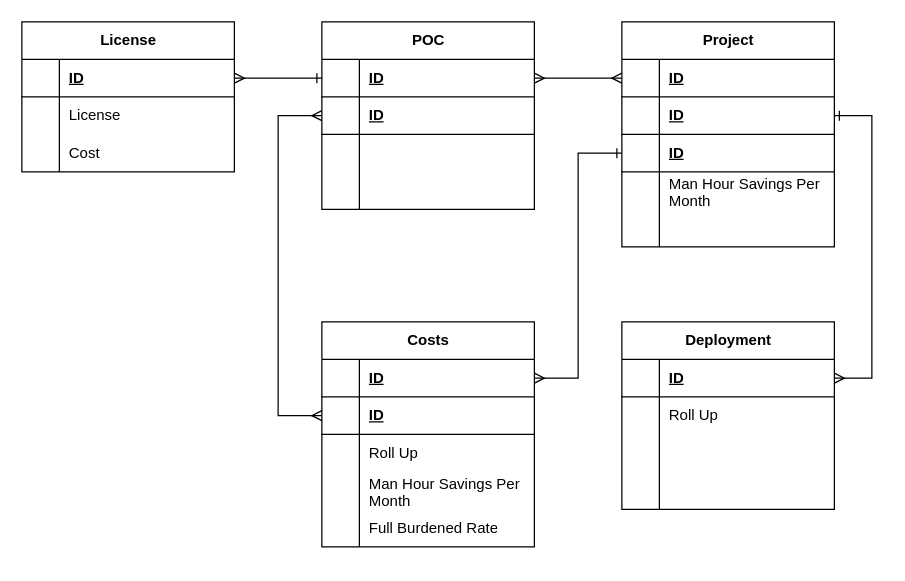
The draw.io diagram page "Option-3" (4 of 4) of erd-projint-01.drawio in josjreyes/GitInit, before the edit. Source tidied: cells renumbered, new cells numbered last; positions are measured from the earlier drawing's top-left corner, leaving out a move shared by most shapes. Both pictures are drawn from the tidied source at 125%, with x=0, y=0 at pixel (21, 21).
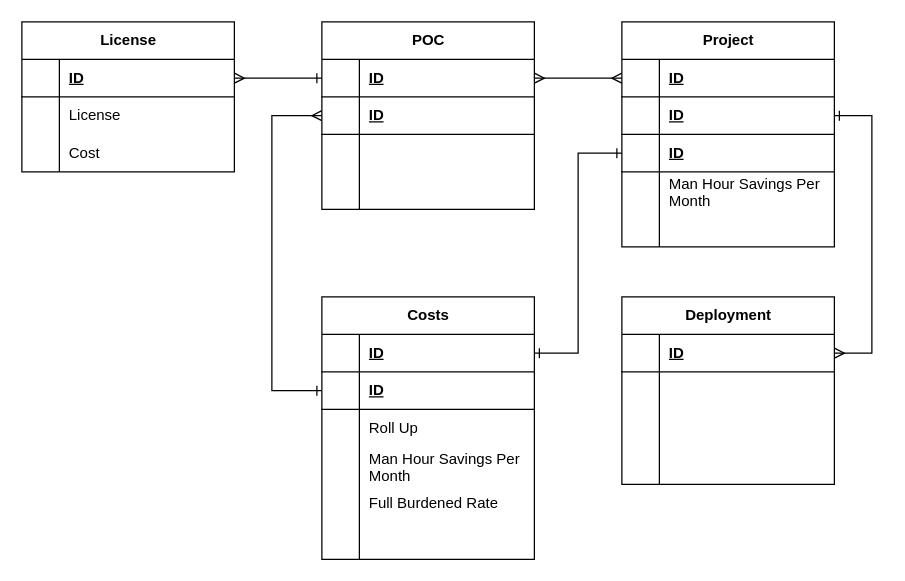
After the change.

The change refers to these unchanged cells:
```xml
<mxCell id="9" style="shape=tableRow;horizontal=0;startSize=0;swimlaneHead=0;swimlaneBody=0;fillColor=none;points=[[0,0.5],[1,0.5]];portConstraint=eastwest;top=0;left=0;right=0;bottom=1;" parent="2" vertex="1">
  <mxGeometry y="90" width="170" height="30" as="geometry" />
</mxCell>
<mxCell id="31" style="shape=tableRow;horizontal=0;startSize=0;swimlaneHead=0;swimlaneBody=0;fillColor=none;points=[[0,0.5],[1,0.5]];portConstraint=eastwest;top=0;left=0;right=0;bottom=1;" parent="30" vertex="1">
  <mxGeometry y="30" width="170" height="30" as="geometry" />
</mxCell>
<mxCell id="34" style="shape=tableRow;horizontal=0;startSize=0;swimlaneHead=0;swimlaneBody=0;fillColor=none;points=[[0,0.5],[1,0.5]];portConstraint=eastwest;top=0;left=0;right=0;bottom=1;" parent="30" vertex="1">
  <mxGeometry y="60" width="170" height="30" as="geometry" />
</mxCell>
<mxCell id="50" style="shape=tableRow;horizontal=0;startSize=0;swimlaneHead=0;swimlaneBody=0;fillColor=none;points=[[0,0.5],[1,0.5]];portConstraint=eastwest;top=0;left=0;right=0;bottom=1;" parent="46" vertex="1">
  <mxGeometry y="60" width="170" height="30" as="geometry" />
</mxCell>
<mxCell id="64" style="shape=tableRow;horizontal=0;startSize=0;swimlaneHead=0;swimlaneBody=0;fillColor=none;top=0;left=0;right=0;bottom=0;" parent="60" vertex="1">
  <mxGeometry y="60" width="170" height="30" as="geometry" />
</mxCell>
```

Diff of the diagram source:
```diff
@@
     <mxCell id="30" value="Costs" style="shape=table;startSize=30;childLayout=tableLayout;rowLines=0;fontStyle=1;align=center;html=1;" parent="1" vertex="1">
-      <mxGeometry x="240" y="240" width="170" height="180" as="geometry" />
+      <mxGeometry x="240" y="220" width="170" height="210" as="geometry" />
     </mxCell>
@@
+    <mxCell id="75" style="shape=tableRow;horizontal=0;startSize=0;swimlaneHead=0;swimlaneBody=0;fillColor=none;top=0;left=0;right=0;bottom=0;" parent="30" vertex="1">
+      <mxGeometry y="180" width="170" height="30" as="geometry" />
+    </mxCell>
+    <mxCell id="76" style="shape=partialRectangle;fillColor=none;top=0;left=0;bottom=0;right=0;overflow=hidden;whiteSpace=wrap;html=1;" parent="75" vertex="1">
+      <mxGeometry width="30" height="30" as="geometry" />
+    </mxCell>
+    <mxCell id="77" style="shape=partialRectangle;fillColor=none;top=0;left=0;bottom=0;right=0;align=left;spacingLeft=6;overflow=hidden;whiteSpace=wrap;html=1;" parent="75" vertex="1">
+      <mxGeometry x="30" width="140" height="30" as="geometry" />
+    </mxCell>
@@
     <mxCell id="60" value="Deployment" style="shape=table;startSize=30;childLayout=tableLayout;rowLines=0;fontStyle=1;align=center;html=1;" parent="1" vertex="1">
-      <mxGeometry x="480" y="240" width="170" height="150" as="geometry" />
+      <mxGeometry x="480" y="220" width="170" height="150" as="geometry" />
     </mxCell>
@@
-    <mxCell id="66" value="Roll Up" style="shape=partialRectangle;fillColor=none;top=0;left=0;bottom=0;right=0;align=left;spacingLeft=6;overflow=hidden;whiteSpace=wrap;html=1;" parent="64" vertex="1">
+    <mxCell id="66" style="shape=partialRectangle;fillColor=none;top=0;left=0;bottom=0;right=0;align=left;spacingLeft=6;overflow=hidden;whiteSpace=wrap;html=1;" parent="64" vertex="1">
       <mxGeometry x="30" width="140" height="30" as="geometry" />
     </mxCell>
@@
+    <mxCell id="74" style="edgeStyle=orthogonalEdgeStyle;rounded=0;jettySize=auto;html=1;exitX=1;exitY=0.5;exitDx=0;exitDy=0;entryX=0;entryY=0.5;entryDx=0;entryDy=0;endArrow=ERone;endFill=0;startArrow=ERone;startFill=0;" parent="1" edge="1" source="31" target="9">
+      <mxGeometry relative="1" as="geometry" />
+    </mxCell>
-    <mxCell id="73" style="edgeStyle=orthogonalEdgeStyle;rounded=0;jettySize=auto;html=1;entryX=0;entryY=0.5;entryDx=0;entryDy=0;startArrow=ERmany;startFill=0;endArrow=ERmany;endFill=0;" parent="1" edge="1" source="50" target="34">
+    <mxCell id="73" style="edgeStyle=orthogonalEdgeStyle;rounded=0;jettySize=auto;html=1;entryX=0;entryY=0.5;entryDx=0;entryDy=0;endArrow=ERone;endFill=0;startArrow=ERmany;startFill=0;" parent="1" edge="1" source="50" target="34">
       <mxGeometry relative="1" as="geometry">
         <Array as="points">
-          <mxPoint x="205" y="75" />
-          <mxPoint x="205" y="315" />
+          <mxPoint x="200" y="75" />
+          <mxPoint x="200" y="295" />
         </Array>
       </mxGeometry>
     </mxCell>
-    <mxCell id="74" style="edgeStyle=orthogonalEdgeStyle;rounded=0;jettySize=auto;html=1;exitX=1;exitY=0.5;exitDx=0;exitDy=0;entryX=0;entryY=0.5;entryDx=0;entryDy=0;endArrow=ERone;endFill=0;startArrow=ERmany;startFill=0;" parent="1" edge="1" source="31" target="9">
-      <mxGeometry relative="1" as="geometry" />
-    </mxCell>
```
